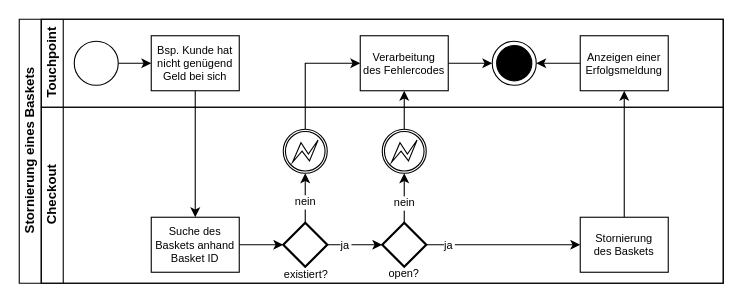
The draw.io diagram svg/SL Basketstornierung.drawio in Thalmaier/bachelor-thesis, before the edit. Source tidied: cells renumbered, new cells numbered last; positions are measured from the earlier drawing's top-left corner, leaving out a move shared by most shapes. Both pictures are drawn from the tidied source at 110%, with x=0, y=0 at pixel (19, 19).
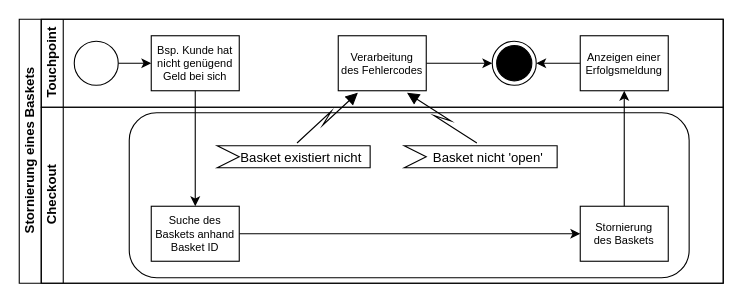
After the change.

The change refers to these unchanged cells:
```xml
<mxCell id="2" value="Stornierung eines Baskets" style="swimlane;html=1;horizontal=0;startSize=20;fontColor=#000000;strokeColor=#000000;fillColor=none;" parent="1" vertex="1">
  <mxGeometry width="640" height="240" as="geometry" />
</mxCell>
<mxCell id="3" value="Touchpoint" style="swimlane;html=1;startSize=20;horizontal=0;fontColor=#000000;strokeColor=#000000;fillColor=none;" parent="2" vertex="1">
  <mxGeometry x="20" width="620" height="80" as="geometry" />
</mxCell>
<mxCell id="15" value="Checkout" style="swimlane;html=1;startSize=20;horizontal=0;fontColor=#000000;strokeColor=#000000;fillColor=none;" parent="2" vertex="1">
  <mxGeometry x="20" y="80" width="620" height="160" as="geometry" />
</mxCell>
```

The edit, as a diff of the source:
```diff
@@
     <mxCell id="8" value="Verarbeitung&#10;des Fehlercodes" style="rounded=0;fontFamily=Helvetica;fontSize=10;fontColor=#000000;align=center;strokeColor=#000000;fillColor=#FFFFFF;" parent="3" vertex="1">
-      <mxGeometry x="290" y="15" width="80" height="50" as="geometry" />
+      <mxGeometry x="270" y="15" width="80" height="50" as="geometry" />
     </mxCell>
@@
-    <mxCell id="14" style="edgeStyle=orthogonalEdgeStyle;rounded=0;jettySize=auto;html=1;exitX=0.5;exitY=0;exitDx=0;exitDy=0;exitPerimeter=0;entryX=0;entryY=0.5;entryDx=0;entryDy=0;fontSize=11;fontColor=#000000;strokeColor=#000000;" parent="2" edge="1" source="20" target="8">
-      <mxGeometry relative="1" as="geometry" />
-    </mxCell>
@@
+    <mxCell id="34" style="html=1;align=right;verticalAlign=top;rounded=1;absoluteArcSize=1;arcSize=50;dashed=0;spacingTop=10;spacingRight=30;sketch=0;fillStyle=auto;fillColor=none;" parent="15" vertex="1">
+      <mxGeometry x="80" y="5" width="509" height="150" as="geometry" />
+    </mxCell>
-    <mxCell id="16" style="edgeStyle=orthogonalEdgeStyle;rounded=0;jettySize=auto;html=1;endArrow=classic;endFill=1;fontColor=#000000;strokeColor=#000000;" parent="15" edge="1" source="17" target="31">
+    <mxCell id="16" style="edgeStyle=orthogonalEdgeStyle;rounded=0;jettySize=auto;html=1;endArrow=classic;endFill=1;fontColor=#000000;strokeColor=#000000;" parent="15" edge="1" source="17" target="23">
       <mxGeometry relative="1" as="geometry" />
     </mxCell>
     <mxCell id="17" value="Suche des&#10;Baskets anhand&#10;Basket ID" style="rounded=0;fontFamily=Helvetica;fontSize=10;fontColor=#000000;align=center;strokeColor=#000000;fillColor=#FFFFFF;" parent="15" vertex="1">
-      <mxGeometry x="100" y="100" width="80" height="50" as="geometry" />
+      <mxGeometry x="100" y="90" width="80" height="50" as="geometry" />
     </mxCell>
-    <mxCell id="18" style="edgeStyle=orthogonalEdgeStyle;rounded=0;jettySize=auto;html=1;fontSize=10;fontColor=#000000;strokeColor=#000000;" parent="15" edge="1" source="31" target="26">
-      <mxGeometry relative="1" as="geometry" />
-    </mxCell>
-    <mxCell id="19" value="ja" style="edgeLabel;align=center;verticalAlign=middle;fontSize=10;fontColor=#000000;labelBackgroundColor=#FFFFFF;" parent="18" vertex="1">
-      <mxGeometry x="-0.21" y="1" relative="1" as="geometry">
-        <mxPoint x="-4" y="1" as="offset" />
-      </mxGeometry>
-    </mxCell>
-    <mxCell id="20" style="points=[[0.145,0.145,0],[0.5,0,0],[0.855,0.145,0],[1,0.5,0],[0.855,0.855,0],[0.5,1,0],[0.145,0.855,0],[0,0.5,0]];shape=mxgraph.bpmn.event;html=1;verticalLabelPosition=bottom;labelBackgroundColor=#ffffff;verticalAlign=top;align=center;perimeter=ellipsePerimeter;outlineConnect=0;outline=boundInt;symbol=error;fontSize=10;fontColor=#000000;strokeColor=#000000;fillColor=#FFFFFF;" parent="15" vertex="1">
-      <mxGeometry x="220" y="20" width="40" height="40" as="geometry" />
-    </mxCell>
-    <mxCell id="21" style="edgeStyle=orthogonalEdgeStyle;rounded=0;jettySize=auto;html=1;fontSize=10;fontColor=#000000;strokeColor=#000000;" parent="15" edge="1" source="31" target="20">
-      <mxGeometry relative="1" as="geometry" />
-    </mxCell>
-    <mxCell id="22" value="nein" style="edgeLabel;align=center;verticalAlign=middle;fontSize=10;fontColor=#000000;labelBackgroundColor=#FFFFFF;" parent="21" vertex="1">
-      <mxGeometry x="-0.17" relative="1" as="geometry">
-        <mxPoint y="-1" as="offset" />
-      </mxGeometry>
-    </mxCell>
     <mxCell id="23" value="Stornierung&#10;des Baskets" style="rounded=0;fontFamily=Helvetica;fontSize=10;fontColor=#000000;align=center;strokeColor=#000000;fillColor=#FFFFFF;" parent="15" vertex="1">
-      <mxGeometry x="490" y="100" width="80" height="50" as="geometry" />
+      <mxGeometry x="490" y="90" width="80" height="50" as="geometry" />
     </mxCell>
-    <mxCell id="24" style="edgeStyle=orthogonalEdgeStyle;rounded=0;jettySize=auto;html=1;fontSize=10;fontColor=#000000;strokeColor=#000000;" parent="15" edge="1" source="26" target="23">
-      <mxGeometry relative="1" as="geometry" />
-    </mxCell>
-    <mxCell id="25" value="ja" style="edgeLabel;align=center;verticalAlign=middle;fontSize=10;fontColor=#000000;labelBackgroundColor=#FFFFFF;" parent="24" vertex="1">
-      <mxGeometry x="-0.12" relative="1" as="geometry">
-        <mxPoint x="-42" as="offset" />
-      </mxGeometry>
-    </mxCell>
-    <mxCell id="26" style="strokeWidth=2;html=1;shape=mxgraph.flowchart.decision;whiteSpace=wrap;fontSize=10;fontColor=#000000;fillColor=#FFFFFF;strokeColor=#000000;" parent="15" vertex="1">
-      <mxGeometry x="310" y="105" width="40" height="40" as="geometry" />
-    </mxCell>
-    <mxCell id="27" style="points=[[0.145,0.145,0],[0.5,0,0],[0.855,0.145,0],[1,0.5,0],[0.855,0.855,0],[0.5,1,0],[0.145,0.855,0],[0,0.5,0]];shape=mxgraph.bpmn.event;html=1;verticalLabelPosition=bottom;labelBackgroundColor=#ffffff;verticalAlign=top;align=center;perimeter=ellipsePerimeter;outlineConnect=0;outline=boundInt;symbol=error;fontSize=10;fontColor=#000000;strokeColor=#000000;fillColor=#FFFFFF;" parent="15" vertex="1">
-      <mxGeometry x="310" y="20" width="40" height="40" as="geometry" />
-    </mxCell>
-    <mxCell id="28" style="edgeStyle=orthogonalEdgeStyle;rounded=0;jettySize=auto;html=1;fontSize=10;fontColor=#000000;strokeColor=#000000;exitX=0.5;exitY=0;exitDx=0;exitDy=0;exitPerimeter=0;entryX=0.5;entryY=1;entryDx=0;entryDy=0;entryPerimeter=0;" parent="15" edge="1" source="26" target="27">
-      <mxGeometry relative="1" as="geometry" />
-    </mxCell>
-    <mxCell id="29" value="nein" style="edgeLabel;align=center;verticalAlign=middle;fontSize=10;fontColor=#000000;labelBackgroundColor=#FFFFFF;" parent="28" vertex="1">
-      <mxGeometry x="-0.16" relative="1" as="geometry" />
-    </mxCell>
-    <mxCell id="30" value="open?" style="text;strokeColor=none;fillColor=none;align=center;verticalAlign=middle;fontSize=10;fontColor=#000000;labelBackgroundColor=none;" parent="15" vertex="1">
-      <mxGeometry x="302.5" y="146" width="55" height="10" as="geometry" />
-    </mxCell>
-    <mxCell id="31" style="strokeWidth=2;html=1;shape=mxgraph.flowchart.decision;whiteSpace=wrap;fontSize=10;fontColor=#000000;fillColor=#FFFFFF;strokeColor=#000000;" parent="15" vertex="1">
-      <mxGeometry x="220" y="105" width="40" height="40" as="geometry" />
-    </mxCell>
-    <mxCell id="32" value="existiert?" style="text;strokeColor=none;fillColor=none;align=center;verticalAlign=middle;fontSize=10;fontColor=#000000;labelBackgroundColor=none;" parent="15" vertex="1">
-      <mxGeometry x="213.5" y="147" width="55" height="10" as="geometry" />
-    </mxCell>
-    <mxCell id="33" style="edgeStyle=orthogonalEdgeStyle;rounded=0;jettySize=auto;html=1;exitX=0.5;exitY=0;exitDx=0;exitDy=0;exitPerimeter=0;entryX=0.5;entryY=1;entryDx=0;entryDy=0;fontSize=11;fontColor=#000000;strokeColor=#000000;" parent="2" edge="1" source="27" target="8">
-      <mxGeometry relative="1" as="geometry" />
-    </mxCell>
+    <mxCell id="35" value="Basket existiert nicht" style="shape=mxgraph.infographic.ribbonSimple;notch1=20;notch2=0;align=center;verticalAlign=middle;fontSize=12;fontStyle=0;fillColor=default;flipH=0;spacingRight=0;spacingLeft=14;rounded=1;sketch=0;fillStyle=auto;strokeColor=#000000;fontColor=#000000;" parent="15" vertex="1">
+      <mxGeometry x="160" y="35" width="139" height="20" as="geometry" />
+    </mxCell>
+    <mxCell id="36" value="Basket nicht 'open'" style="shape=mxgraph.infographic.ribbonSimple;notch1=20;notch2=0;align=center;verticalAlign=middle;fontSize=12;fontStyle=0;fillColor=default;flipH=0;spacingRight=0;spacingLeft=14;rounded=1;sketch=0;fillStyle=auto;strokeColor=#000000;fontColor=#000000;" parent="15" vertex="1">
+      <mxGeometry x="330" y="35" width="139" height="20" as="geometry" />
+    </mxCell>
+    <mxCell id="37" style="shape=mxgraph.lean_mapping.electronic_info_flow_edge;html=1;rounded=0;fontSize=12;fontColor=#000000;endArrow=classic;endFill=1;strokeColor=#000000;entryX=0.25;entryY=1;entryDx=0;entryDy=0;exitX=0;exitY=0;exitDx=69.5;exitDy=0;exitPerimeter=0;" parent="2" edge="1" source="35" target="8">
+      <mxGeometry relative="1" as="geometry">
+        <Array as="points">
+          <mxPoint x="250" y="95" />
+        </Array>
+      </mxGeometry>
+    </mxCell>
+    <mxCell id="38" style="shape=mxgraph.lean_mapping.electronic_info_flow_edge;html=1;rounded=0;fontSize=12;fontColor=#000000;endArrow=classic;endFill=1;strokeColor=#000000;entryX=0.75;entryY=1;entryDx=0;entryDy=0;exitX=0;exitY=0;exitDx=69.5;exitDy=0;exitPerimeter=0;" parent="2" edge="1" source="36" target="8">
+      <mxGeometry relative="1" as="geometry">
+        <Array as="points">
+          <mxPoint x="420" y="95" />
+        </Array>
+      </mxGeometry>
+    </mxCell>
```
